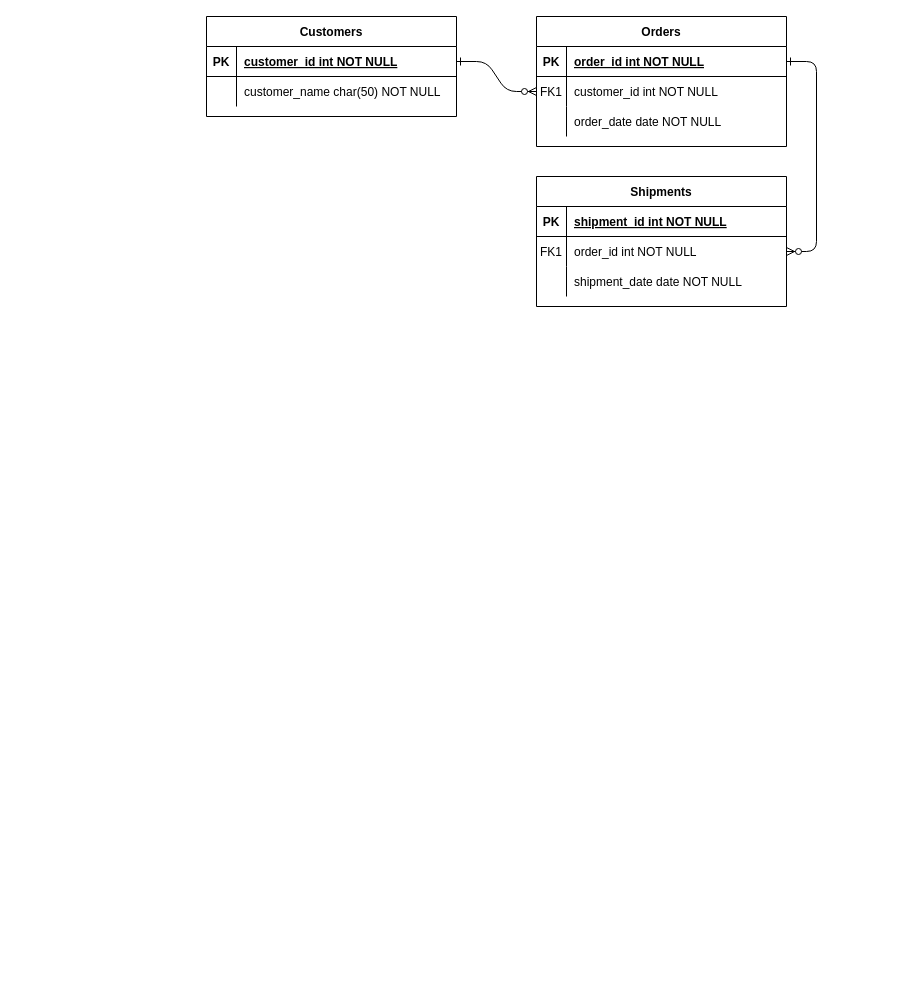
Before: 02/A10_ASE230.drawio in Alli-Garcia/ASE230-Company-website, a draw.io diagram. Source tidied: cells renumbered, new cells numbered last; positions are measured from the earlier drawing's top-left corner, leaving out a move shared by most shapes. Both pictures are drawn from the tidied source at 100%, with x=0, y=0 at pixel (206, 16).
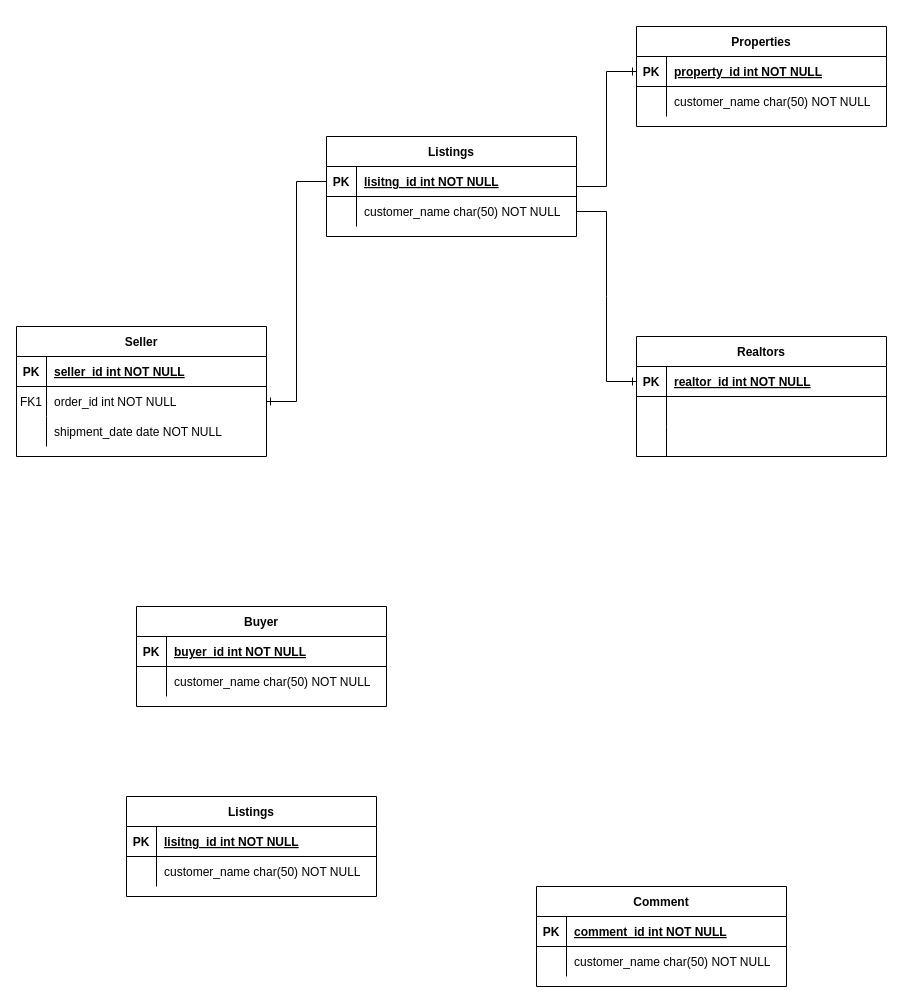
Above is the later version.

The change refers to these unchanged cells:
```xml
<mxCell id="5" style="shape=partialRectangle;fillColor=none;points=[[0,0.5],[1,0.5]];portConstraint=eastwest;top=0;left=0;right=0;bottom=1;" parent="4" vertex="1">
  <mxGeometry y="30" width="250" height="30" as="geometry" />
</mxCell>
<mxCell id="8" style="shape=partialRectangle;fillColor=none;points=[[0,0.5],[1,0.5]];portConstraint=eastwest;top=0;left=0;right=0;bottom=0;" parent="4" vertex="1">
  <mxGeometry y="60" width="250" height="30" as="geometry" />
</mxCell>
<mxCell id="11" style="shape=partialRectangle;fillColor=none;top=0;left=0;right=0;bottom=0;" parent="4" vertex="1">
  <mxGeometry y="90" width="250" height="30" as="geometry" />
</mxCell>
<mxCell id="15" style="shape=partialRectangle;fillColor=none;top=0;left=0;right=0;bottom=1;" parent="14" vertex="1">
  <mxGeometry y="30" width="250" height="30" as="geometry" />
</mxCell>
<mxCell id="18" style="shape=partialRectangle;fillColor=none;points=[[0,0.5],[1,0.5]];portConstraint=eastwest;top=0;left=0;right=0;bottom=0;" parent="14" vertex="1">
  <mxGeometry y="60" width="250" height="30" as="geometry" />
</mxCell>
<mxCell id="25" style="shape=partialRectangle;fillColor=none;points=[[0,0.5],[1,0.5]];portConstraint=eastwest;top=0;left=0;right=0;bottom=1;" parent="24" vertex="1">
  <mxGeometry y="30" width="250" height="30" as="geometry" />
</mxCell>
```

What changed in the source:
```diff
@@
-    <mxCell id="2" style="edgeStyle=entityRelationEdgeStyle;endArrow=ERzeroToMany;startArrow=ERone;endFill=1;startFill=0;" parent="1" edge="1" source="25" target="8">
-      <mxGeometry relative="1" as="geometry" />
-    </mxCell>
-    <mxCell id="3" style="edgeStyle=entityRelationEdgeStyle;endArrow=ERzeroToMany;startArrow=ERone;endFill=1;startFill=0;" parent="1" edge="1" source="5" target="18">
-      <mxGeometry relative="1" as="geometry" />
-    </mxCell>
-    <mxCell id="4" value="Orders" style="shape=table;startSize=30;childLayout=tableLayout;rowLines=0;fontStyle=1;align=center;" parent="1" vertex="1">
-      <mxGeometry x="330" width="250" height="130" as="geometry" />
+    <mxCell id="4" value="Realtors" style="shape=table;startSize=30;childLayout=tableLayout;rowLines=0;fontStyle=1;align=center;" parent="1" vertex="1">
+      <mxGeometry x="430" y="320" width="250" height="120" as="geometry" />
     </mxCell>
@@
-    <mxCell id="7" value="order_id int NOT NULL " style="shape=partialRectangle;overflow=hidden;fillColor=none;top=0;left=0;bottom=0;right=0;align=left;spacingLeft=6;fontStyle=5;" parent="5" vertex="1">
+    <mxCell id="7" value="realtor_id int NOT NULL " style="shape=partialRectangle;overflow=hidden;fillColor=none;top=0;left=0;bottom=0;right=0;align=left;spacingLeft=6;fontStyle=5;" parent="5" vertex="1">
       <mxGeometry x="30" width="220" height="30" as="geometry" />
     </mxCell>
@@
-    <mxCell id="9" value="FK1" style="shape=partialRectangle;overflow=hidden;fillColor=none;top=0;left=0;bottom=0;right=0;" parent="8" vertex="1">
+    <mxCell id="9" style="shape=partialRectangle;overflow=hidden;fillColor=none;top=0;left=0;bottom=0;right=0;" parent="8" vertex="1">
       <mxGeometry width="30" height="30" as="geometry" />
     </mxCell>
-    <mxCell id="10" value="customer_id int NOT NULL" style="shape=partialRectangle;overflow=hidden;fillColor=none;top=0;left=0;bottom=0;right=0;align=left;spacingLeft=6;" parent="8" vertex="1">
+    <mxCell id="10" style="shape=partialRectangle;overflow=hidden;fillColor=none;top=0;left=0;bottom=0;right=0;align=left;spacingLeft=6;" parent="8" vertex="1">
       <mxGeometry x="30" width="220" height="30" as="geometry" />
     </mxCell>
@@
-    <mxCell id="13" value="order_date date NOT NULL" style="shape=partialRectangle;overflow=hidden;fillColor=none;top=0;left=0;bottom=0;right=0;align=left;spacingLeft=6;" parent="11" vertex="1">
+    <mxCell id="13" style="shape=partialRectangle;overflow=hidden;fillColor=none;top=0;left=0;bottom=0;right=0;align=left;spacingLeft=6;" parent="11" vertex="1">
       <mxGeometry x="30" width="220" height="30" as="geometry" />
     </mxCell>
-    <mxCell id="14" value="Shipments" style="shape=table;startSize=30;childLayout=tableLayout;rowLines=0;fontStyle=1;align=center;" parent="1" vertex="1">
-      <mxGeometry x="330" y="160" width="250" height="130" as="geometry" />
+    <mxCell id="14" value="Seller" style="shape=table;startSize=30;childLayout=tableLayout;rowLines=0;fontStyle=1;align=center;" parent="1" vertex="1">
+      <mxGeometry x="-190" y="310" width="250" height="130" as="geometry" />
     </mxCell>
@@
-    <mxCell id="17" value="shipment_id int NOT NULL " style="shape=partialRectangle;overflow=hidden;fillColor=none;top=0;left=0;bottom=0;right=0;align=left;spacingLeft=6;fontStyle=5;" parent="15" vertex="1">
+    <mxCell id="17" value="seller_id int NOT NULL " style="shape=partialRectangle;overflow=hidden;fillColor=none;top=0;left=0;bottom=0;right=0;align=left;spacingLeft=6;fontStyle=5;" parent="15" vertex="1">
       <mxGeometry x="30" width="220" height="30" as="geometry" />
     </mxCell>
@@
-    <mxCell id="24" value="Customers" style="shape=table;startSize=30;childLayout=tableLayout;rowLines=0;fontStyle=1;align=center;" parent="1" vertex="1">
-      <mxGeometry width="250" height="100" as="geometry" />
+    <mxCell id="24" value="Listings" style="shape=table;startSize=30;childLayout=tableLayout;rowLines=0;fontStyle=1;align=center;" parent="1" vertex="1">
+      <mxGeometry x="-80" y="780" width="250" height="100" as="geometry" />
     </mxCell>
@@
-    <mxCell id="27" value="customer_id int NOT NULL " style="shape=partialRectangle;overflow=hidden;fillColor=none;top=0;left=0;bottom=0;right=0;align=left;spacingLeft=6;fontStyle=5;" parent="25" vertex="1">
+    <mxCell id="27" value="lisitng_id int NOT NULL " style="shape=partialRectangle;overflow=hidden;fillColor=none;top=0;left=0;bottom=0;right=0;align=left;spacingLeft=6;fontStyle=5;" parent="25" vertex="1">
       <mxGeometry x="30" width="220" height="30" as="geometry" />
     </mxCell>
@@
+    <mxCell id="31" value="Listings" style="shape=table;startSize=30;childLayout=tableLayout;rowLines=0;fontStyle=1;align=center;" parent="1" vertex="1">
+      <mxGeometry x="120" y="120" width="250" height="100" as="geometry" />
+    </mxCell>
+    <mxCell id="32" style="shape=partialRectangle;fillColor=none;points=[[0,0.5],[1,0.5]];portConstraint=eastwest;top=0;left=0;right=0;bottom=1;" parent="31" vertex="1">
+      <mxGeometry y="30" width="250" height="30" as="geometry" />
+    </mxCell>
+    <mxCell id="33" value="PK" style="shape=partialRectangle;overflow=hidden;fillColor=none;top=0;left=0;bottom=0;right=0;fontStyle=1;" parent="32" vertex="1">
+      <mxGeometry width="30" height="30" as="geometry" />
+    </mxCell>
+    <mxCell id="34" value="lisitng_id int NOT NULL " style="shape=partialRectangle;overflow=hidden;fillColor=none;top=0;left=0;bottom=0;right=0;align=left;spacingLeft=6;fontStyle=5;" parent="32" vertex="1">
+      <mxGeometry x="30" width="220" height="30" as="geometry" />
+    </mxCell>
+    <mxCell id="35" style="shape=partialRectangle;fillColor=none;points=[[0,0.5],[1,0.5]];portConstraint=eastwest;top=0;left=0;right=0;bottom=0;" parent="31" vertex="1">
+      <mxGeometry y="60" width="250" height="30" as="geometry" />
+    </mxCell>
+    <mxCell id="36" style="shape=partialRectangle;overflow=hidden;fillColor=none;top=0;left=0;bottom=0;right=0;" parent="35" vertex="1">
+      <mxGeometry width="30" height="30" as="geometry" />
+    </mxCell>
+    <mxCell id="37" value="customer_name char(50) NOT NULL" style="shape=partialRectangle;overflow=hidden;fillColor=none;top=0;left=0;bottom=0;right=0;align=left;spacingLeft=6;" parent="35" vertex="1">
+      <mxGeometry x="30" width="220" height="30" as="geometry" />
+    </mxCell>
+    <mxCell id="38" value="Buyer" style="shape=table;startSize=30;childLayout=tableLayout;rowLines=0;fontStyle=1;align=center;" parent="1" vertex="1">
+      <mxGeometry x="-70" y="590" width="250" height="100" as="geometry" />
+    </mxCell>
+    <mxCell id="39" style="shape=partialRectangle;fillColor=none;top=0;left=0;right=0;bottom=1;" parent="38" vertex="1">
+      <mxGeometry y="30" width="250" height="30" as="geometry" />
+    </mxCell>
+    <mxCell id="40" value="PK" style="shape=partialRectangle;overflow=hidden;fillColor=none;top=0;left=0;bottom=0;right=0;fontStyle=1;" parent="39" vertex="1">
+      <mxGeometry width="30" height="30" as="geometry" />
+    </mxCell>
+    <mxCell id="41" value="buyer_id int NOT NULL " style="shape=partialRectangle;overflow=hidden;fillColor=none;top=0;left=0;bottom=0;right=0;align=left;spacingLeft=6;fontStyle=5;" parent="39" vertex="1">
+      <mxGeometry x="30" width="220" height="30" as="geometry" />
+    </mxCell>
+    <mxCell id="42" style="shape=partialRectangle;fillColor=none;top=0;left=0;right=0;bottom=0;" parent="38" vertex="1">
+      <mxGeometry y="60" width="250" height="30" as="geometry" />
+    </mxCell>
+    <mxCell id="43" style="shape=partialRectangle;overflow=hidden;fillColor=none;top=0;left=0;bottom=0;right=0;" parent="42" vertex="1">
+      <mxGeometry width="30" height="30" as="geometry" />
+    </mxCell>
+    <mxCell id="44" value="customer_name char(50) NOT NULL" style="shape=partialRectangle;overflow=hidden;fillColor=none;top=0;left=0;bottom=0;right=0;align=left;spacingLeft=6;" parent="42" vertex="1">
+      <mxGeometry x="30" width="220" height="30" as="geometry" />
+    </mxCell>
+    <mxCell id="45" value="Properties" style="shape=table;startSize=30;childLayout=tableLayout;rowLines=0;fontStyle=1;align=center;" parent="1" vertex="1">
+      <mxGeometry x="430" y="10" width="250" height="100" as="geometry" />
+    </mxCell>
+    <mxCell id="46" style="shape=partialRectangle;fillColor=none;points=[[0,0.5],[1,0.5]];portConstraint=eastwest;top=0;left=0;right=0;bottom=1;" parent="45" vertex="1">
+      <mxGeometry y="30" width="250" height="30" as="geometry" />
+    </mxCell>
+    <mxCell id="47" value="PK" style="shape=partialRectangle;overflow=hidden;fillColor=none;top=0;left=0;bottom=0;right=0;fontStyle=1;" parent="46" vertex="1">
+      <mxGeometry width="30" height="30" as="geometry" />
+    </mxCell>
+    <mxCell id="48" value="property_id int NOT NULL " style="shape=partialRectangle;overflow=hidden;fillColor=none;top=0;left=0;bottom=0;right=0;align=left;spacingLeft=6;fontStyle=5;" parent="46" vertex="1">
+      <mxGeometry x="30" width="220" height="30" as="geometry" />
+    </mxCell>
+    <mxCell id="49" style="shape=partialRectangle;fillColor=none;top=0;left=0;right=0;bottom=0;" parent="45" vertex="1">
+      <mxGeometry y="60" width="250" height="30" as="geometry" />
+    </mxCell>
+    <mxCell id="50" style="shape=partialRectangle;overflow=hidden;fillColor=none;top=0;left=0;bottom=0;right=0;" parent="49" vertex="1">
+      <mxGeometry width="30" height="30" as="geometry" />
+    </mxCell>
+    <mxCell id="51" value="customer_name char(50) NOT NULL" style="shape=partialRectangle;overflow=hidden;fillColor=none;top=0;left=0;bottom=0;right=0;align=left;spacingLeft=6;" parent="49" vertex="1">
+      <mxGeometry x="30" width="220" height="30" as="geometry" />
+    </mxCell>
+    <mxCell id="52" value="Comment" style="shape=table;startSize=30;childLayout=tableLayout;rowLines=0;fontStyle=1;align=center;" parent="1" vertex="1">
+      <mxGeometry x="330" y="870" width="250" height="100" as="geometry" />
+    </mxCell>
+    <mxCell id="53" style="shape=partialRectangle;fillColor=none;top=0;left=0;right=0;bottom=1;" parent="52" vertex="1">
+      <mxGeometry y="30" width="250" height="30" as="geometry" />
+    </mxCell>
+    <mxCell id="54" value="PK" style="shape=partialRectangle;overflow=hidden;fillColor=none;top=0;left=0;bottom=0;right=0;fontStyle=1;" parent="53" vertex="1">
+      <mxGeometry width="30" height="30" as="geometry" />
+    </mxCell>
+    <mxCell id="55" value="comment_id int NOT NULL " style="shape=partialRectangle;overflow=hidden;fillColor=none;top=0;left=0;bottom=0;right=0;align=left;spacingLeft=6;fontStyle=5;" parent="53" vertex="1">
+      <mxGeometry x="30" width="220" height="30" as="geometry" />
+    </mxCell>
+    <mxCell id="56" style="shape=partialRectangle;fillColor=none;top=0;left=0;right=0;bottom=0;" parent="52" vertex="1">
+      <mxGeometry y="60" width="250" height="30" as="geometry" />
+    </mxCell>
+    <mxCell id="57" style="shape=partialRectangle;overflow=hidden;fillColor=none;top=0;left=0;bottom=0;right=0;" parent="56" vertex="1">
+      <mxGeometry width="30" height="30" as="geometry" />
+    </mxCell>
+    <mxCell id="58" value="customer_name char(50) NOT NULL" style="shape=partialRectangle;overflow=hidden;fillColor=none;top=0;left=0;bottom=0;right=0;align=left;spacingLeft=6;" parent="56" vertex="1">
+      <mxGeometry x="30" width="220" height="30" as="geometry" />
+    </mxCell>
+    <mxCell id="59" style="edgeStyle=entityRelationEdgeStyle;fontSize=12;html=1;endArrow=ERone;endFill=1;rounded=0;exitX=1;exitY=0.5;exitDx=0;exitDy=0;entryX=0;entryY=0.5;entryDx=0;entryDy=0;" parent="1" edge="1" source="35" target="5">
+      <mxGeometry relative="1" as="geometry">
+        <Array as="points">
+          <mxPoint x="60" y="280" />
+          <mxPoint x="280" y="570" />
+          <mxPoint x="160" y="430" />
+          <mxPoint x="50" y="410" />
+          <mxPoint x="90" y="570" />
+          <mxPoint x="310" y="690" />
+        </Array>
+      </mxGeometry>
+    </mxCell>
+    <mxCell id="60" style="edgeStyle=entityRelationEdgeStyle;fontSize=12;html=1;endArrow=ERone;endFill=1;rounded=0;entryX=0;entryY=0.5;entryDx=0;entryDy=0;" parent="1" edge="1" target="46">
+      <mxGeometry relative="1" as="geometry">
+        <mxPoint x="370" y="170" as="sourcePoint" />
+        <Array as="points">
+          <mxPoint x="435" y="90" />
+          <mxPoint x="435" y="120" />
+        </Array>
+      </mxGeometry>
+    </mxCell>
+    <mxCell id="61" style="edgeStyle=entityRelationEdgeStyle;fontSize=12;html=1;endArrow=ERone;endFill=1;rounded=0;entryX=1;entryY=0.5;entryDx=0;entryDy=0;exitX=0;exitY=0.5;exitDx=0;exitDy=0;" parent="1" edge="1" source="32" target="18">
+      <mxGeometry relative="1" as="geometry" />
+    </mxCell>
```
